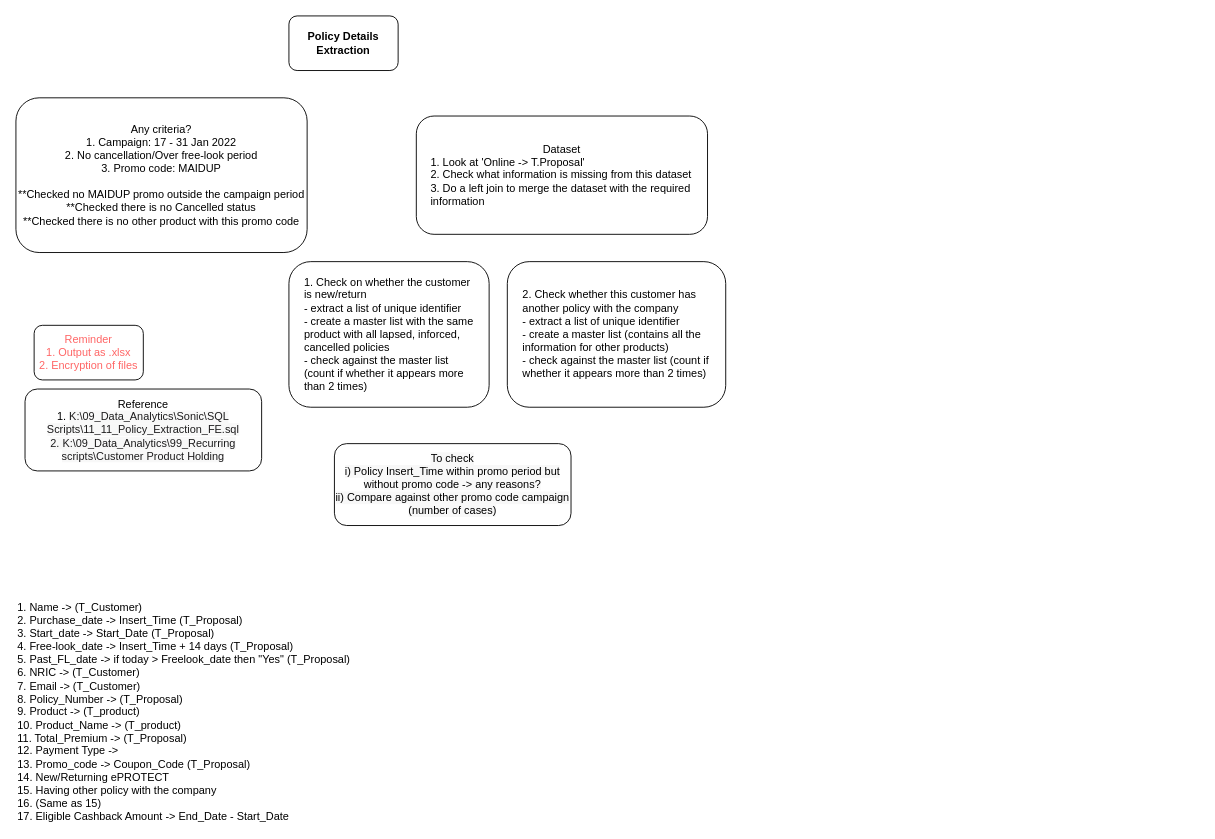
orlandokohjy/Etiqa keeps this draw.io diagram as Untitled Diagram.drawio. Above is the earlier version. Source tidied: cells renumbered, new cells numbered last; positions are measured from the earlier drawing's top-left corner, leaving out a move shared by most shapes. Both pictures are drawn from the tidied source at 91%, with x=0, y=0 at pixel (15, 15). Pictures stored in the file or linked from it are replaced by grey dashed boxes.
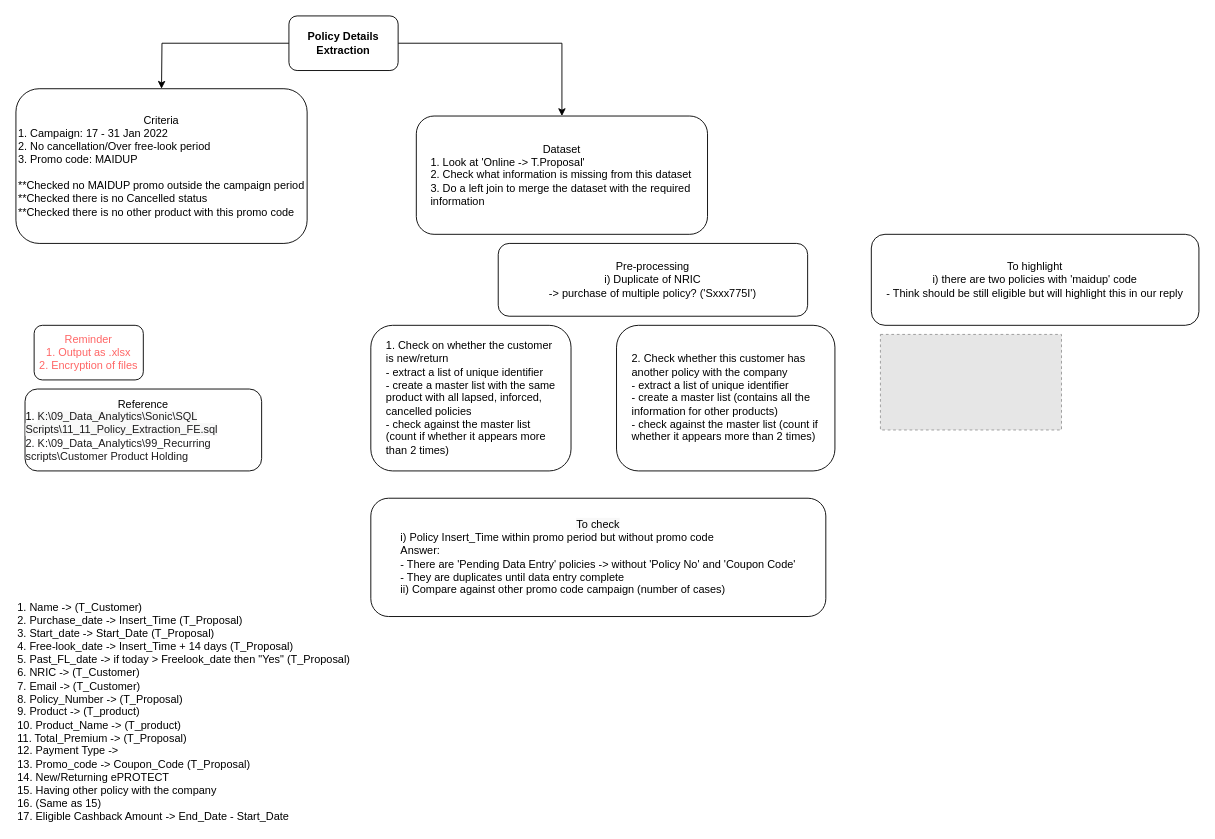
After the change.

Diff of the diagram source:
```diff
@@
 <mxGraphModel>
   <root>
     <mxCell id="0" />
     <mxCell id="1" parent="0" />
+    <mxCell id="11" style="edgeStyle=orthogonalEdgeStyle;rounded=0;jettySize=auto;html=1;" parent="1" edge="1" source="2" target="4">
+      <mxGeometry relative="1" as="geometry" />
+    </mxCell>
+    <mxCell id="12" style="edgeStyle=orthogonalEdgeStyle;rounded=0;jettySize=auto;html=1;" parent="1" edge="1" source="2">
+      <mxGeometry relative="1" as="geometry">
+        <mxPoint x="160" y="80" as="targetPoint" />
+      </mxGeometry>
+    </mxCell>
     <mxCell id="2" value="Policy Details Extraction" style="rounded=1;whiteSpace=wrap;html=1;fontStyle=1;" parent="1" vertex="1">
       <mxGeometry x="300" width="120" height="60" as="geometry" />
     </mxCell>
-    <mxCell id="3" value="Any criteria?&lt;br&gt;1. Campaign: 17 - 31 Jan 2022&lt;br&gt;2. No cancellation/Over free-look period&lt;br&gt;3. Promo code: MAIDUP&lt;br&gt;&lt;br&gt;**Checked no MAIDUP promo outside the campaign period&lt;br&gt;**Checked there is no Cancelled status&lt;br&gt;**Checked there is no other product with this promo code" style="rounded=1;whiteSpace=wrap;html=1;" parent="1" vertex="1">
-      <mxGeometry y="90" width="320" height="170" as="geometry" />
+    <mxCell id="3" value="Criteria&lt;br&gt;&lt;div style=&quot;text-align: left&quot;&gt;&lt;span&gt;1. Campaign: 17 - 31 Jan 2022&lt;/span&gt;&lt;/div&gt;&lt;div style=&quot;text-align: left&quot;&gt;&lt;span&gt;2. No cancellation/Over free-look period&lt;/span&gt;&lt;/div&gt;&lt;div style=&quot;text-align: left&quot;&gt;&lt;span&gt;3. Promo code: MAIDUP&lt;/span&gt;&lt;/div&gt;&lt;div style=&quot;text-align: left&quot;&gt;&lt;br&gt;&lt;/div&gt;&lt;div style=&quot;text-align: left&quot;&gt;&lt;span&gt;**Checked no MAIDUP promo outside the campaign period&lt;/span&gt;&lt;/div&gt;&lt;div style=&quot;text-align: left&quot;&gt;&lt;span&gt;**Checked there is no Cancelled status&lt;/span&gt;&lt;/div&gt;&lt;div style=&quot;text-align: left&quot;&gt;&lt;span&gt;**Checked there is no other product with this promo code&lt;/span&gt;&lt;/div&gt;" style="rounded=1;whiteSpace=wrap;html=1;" parent="1" vertex="1">
+      <mxGeometry y="80" width="320" height="170" as="geometry" />
     </mxCell>
     <mxCell id="4" value="Dataset&lt;br&gt;&lt;div style=&quot;text-align: left&quot;&gt;&lt;span&gt;1. Look at 'Online -&amp;gt; T.Proposal'&lt;/span&gt;&lt;/div&gt;&lt;div style=&quot;text-align: left&quot;&gt;&lt;span&gt;2. Check what information is missing from this dataset&lt;/span&gt;&lt;/div&gt;&lt;div style=&quot;text-align: left&quot;&gt;&lt;span&gt;3. Do a left join to merge the dataset with the required information&lt;/span&gt;&lt;/div&gt;" style="rounded=1;whiteSpace=wrap;html=1;spacingLeft=15;spacingRight=15;" parent="1" vertex="1">
       <mxGeometry x="440" y="110" width="320" height="130" as="geometry" />
     </mxCell>
     <mxCell id="5" value="Reminder&lt;br&gt;1. Output as .xlsx&lt;br&gt;2. Encryption of files" style="rounded=1;whiteSpace=wrap;html=1;strokeColor=default;fontColor=#FF6666;" parent="1" vertex="1">
       <mxGeometry x="20" y="340" width="120" height="60" as="geometry" />
     </mxCell>
     <mxCell id="6" value="1. Check on whether the customer is new/return&lt;br&gt;- extract a list of unique identifier&lt;br&gt;- create a master list with the same product with all lapsed, inforced, cancelled policies&lt;br&gt;- check against the master list &lt;br&gt;(count if whether it appears more than 2 times)" style="rounded=1;whiteSpace=wrap;html=1;fontColor=#000000;strokeColor=default;spacingLeft=15;spacingRight=15;align=left;" parent="1" vertex="1">
-      <mxGeometry x="300" y="270" width="220" height="160" as="geometry" />
+      <mxGeometry x="390" y="340" width="220" height="160" as="geometry" />
     </mxCell>
     <mxCell id="7" value="2. Check whether this customer has another policy with the company&lt;br&gt;- extract a list of unique identifier&lt;br&gt;- create a master list (contains all the information for other products)&lt;br&gt;- check against the master list (count if whether it appears more than 2 times)" style="rounded=1;whiteSpace=wrap;html=1;fontColor=#000000;strokeColor=default;spacingLeft=15;spacingRight=15;align=left;" parent="1" vertex="1">
-      <mxGeometry x="540" y="270" width="240" height="160" as="geometry" />
+      <mxGeometry x="660" y="340" width="240" height="160" as="geometry" />
     </mxCell>
-    <mxCell id="8" value="Reference&lt;br&gt;1.&amp;nbsp;&lt;span style=&quot;text-align: left ; background-color: rgb(248 , 248 , 248)&quot;&gt;&lt;font&gt;&lt;font color=&quot;#1d1c1d&quot;&gt;K:\09_Data_Analytics\Sonic\SQL Scripts\11_11_Policy_Extraction_FE.sql&lt;/font&gt;&lt;br&gt;&lt;font color=&quot;#1d1c1d&quot;&gt;2. K:\09_Data_Analytics\99_Recurring scripts\Customer Product Holding&lt;/font&gt;&lt;br&gt;&lt;/font&gt;&lt;/span&gt;" style="rounded=1;whiteSpace=wrap;html=1;fontColor=#000000;strokeColor=default;" parent="1" vertex="1">
+    <mxCell id="8" value="Reference&lt;br&gt;&lt;div style=&quot;text-align: left&quot;&gt;&lt;span&gt;1.&amp;nbsp;&lt;/span&gt;&lt;span style=&quot;background-color: rgb(248 , 248 , 248)&quot;&gt;&lt;font color=&quot;#1d1c1d&quot;&gt;K:\09_Data_Analytics\Sonic\SQL Scripts\11_11_Policy_Extraction_FE.sql&lt;/font&gt;&lt;/span&gt;&lt;/div&gt;&lt;span style=&quot;background-color: rgb(248 , 248 , 248)&quot;&gt;&lt;div style=&quot;text-align: left&quot;&gt;&lt;span style=&quot;color: rgb(29 , 28 , 29)&quot;&gt;2. K:\09_Data_Analytics\99_Recurring scripts\Customer Product Holding&lt;/span&gt;&lt;/div&gt;&lt;/span&gt;" style="rounded=1;whiteSpace=wrap;html=1;fontColor=#000000;strokeColor=default;" parent="1" vertex="1">
       <mxGeometry x="10" y="410" width="260" height="90" as="geometry" />
     </mxCell>
     <mxCell id="9" value="1. Name -&amp;gt; (T_Customer)&lt;br&gt;2. Purchase_date -&amp;gt; Insert_Time (T_Proposal)&lt;br&gt;3. Start_date -&amp;gt; Start_Date (T_Proposal)&lt;br&gt;4. Free-look_date -&amp;gt; Insert_Time + 14 days (T_Proposal)&lt;br&gt;5. Past_FL_date -&amp;gt; if today &amp;gt; Freelook_date then &quot;Yes&quot; (T_Proposal)&lt;br&gt;6. NRIC -&amp;gt; (T_Customer)&lt;br&gt;7. Email -&amp;gt; (T_Customer)&lt;br&gt;8. Policy_Number -&amp;gt; (T_Proposal)&lt;br&gt;9. Product -&amp;gt; (T_product)&lt;br&gt;10. Product_Name -&amp;gt; (T_product)&lt;br&gt;11. Total_Premium -&amp;gt; (T_Proposal)&lt;br&gt;12. Payment Type -&amp;gt;&amp;nbsp;&lt;br&gt;13. Promo_code -&amp;gt; Coupon_Code (T_Proposal)&lt;br&gt;14. New/Returning ePROTECT&lt;br&gt;15. Having other policy with the company&lt;br&gt;16. (Same as 15)&lt;br&gt;17. Eligible Cashback Amount -&amp;gt; End_Date - Start_Date" style="text;html=1;strokeColor=none;fillColor=none;align=left;verticalAlign=middle;whiteSpace=wrap;rounded=0;fontSize=12;fontColor=#000000;" parent="1" vertex="1">
       <mxGeometry y="670" width="520" height="190" as="geometry" />
     </mxCell>
-    <mxCell id="10" value="&lt;span style=&quot;text-align: left ; background-color: rgb(248 , 248 , 248)&quot;&gt;&lt;font&gt;To check&lt;br&gt;i) Policy Insert_Time within promo period but without promo code -&amp;gt; any reasons?&lt;br&gt;ii) Compare against other promo code campaign (number of cases)&lt;br&gt;&lt;/font&gt;&lt;/span&gt;" style="rounded=1;whiteSpace=wrap;html=1;fontColor=#000000;strokeColor=default;" parent="1" vertex="1">
-      <mxGeometry x="350" y="470" width="260" height="90" as="geometry" />
+    <mxCell id="10" value="&lt;span style=&quot;background-color: rgb(248 , 248 , 248)&quot;&gt;&lt;font&gt;To check&lt;br&gt;&lt;div style=&quot;text-align: left&quot;&gt;i) Policy Insert_Time within promo period but without promo code&amp;nbsp;&lt;/div&gt;&lt;div style=&quot;text-align: left&quot;&gt;Answer:&amp;nbsp;&lt;/div&gt;&lt;div style=&quot;text-align: left&quot;&gt;- There are 'Pending Data Entry' policies -&amp;gt; without 'Policy No' and 'Coupon Code'&lt;/div&gt;&lt;div style=&quot;text-align: left&quot;&gt;- They are duplicates until data entry complete&lt;/div&gt;&lt;div style=&quot;text-align: left&quot;&gt;ii) Compare against other promo code campaign (number of cases)&lt;/div&gt;&lt;/font&gt;&lt;/span&gt;" style="rounded=1;whiteSpace=wrap;html=1;fontColor=#000000;strokeColor=default;" parent="1" vertex="1">
+      <mxGeometry x="390" y="530" width="500" height="130" as="geometry" />
     </mxCell>
+    <mxCell id="13" value="Pre-processing&lt;br&gt;i) Duplicate of NRIC&lt;br&gt;-&amp;gt; purchase of multiple policy? ('Sxxx775I')" style="rounded=1;whiteSpace=wrap;html=1;" parent="1" vertex="1">
+      <mxGeometry x="530" y="250" width="340" height="80" as="geometry" />
+    </mxCell>
+    <mxCell id="14" style="fillColor=#E6E6E6;strokeColor=#999999;dashed=1;verticalLabelPosition=bottom;labelBackgroundColor=default;verticalAlign=top;" parent="1" vertex="1">
+      <mxGeometry x="950" y="350" width="199" height="105" as="geometry" />
+    </mxCell>
+    <mxCell id="15" value="To highlight&lt;br&gt;i) there are two policies with 'maidup' code&lt;br&gt;- Think should be still eligible but will highlight this in our reply" style="rounded=1;whiteSpace=wrap;html=1;" parent="1" vertex="1">
+      <mxGeometry x="940" y="240" width="360" height="100" as="geometry" />
+    </mxCell>
   </root>
 </mxGraphModel>
```
